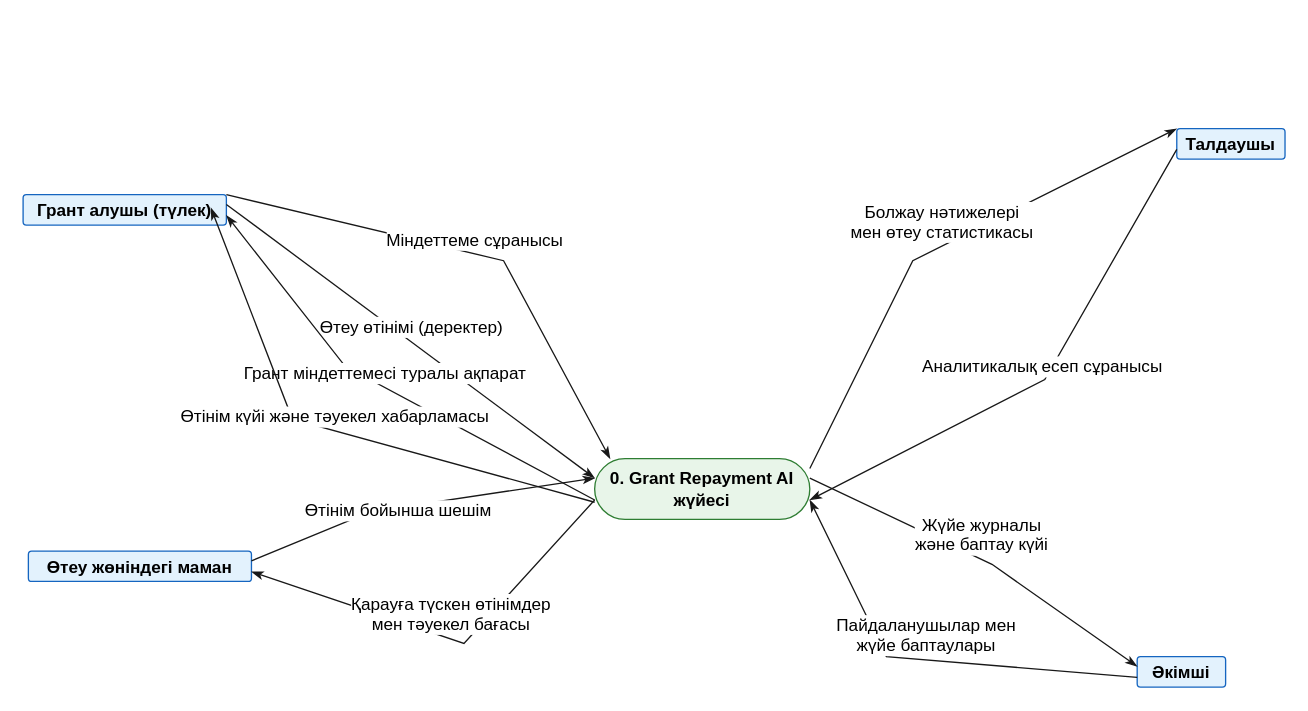
Before: page "Страница-1" (1 of 6) of docs/analysis/dfd-level0.drawio in bolatovamoldir/grant-repayment-ai, a draw.io diagram. Source tidied: cells renumbered, new cells numbered last; positions are measured from the earlier drawing's top-left corner, leaving out a move shared by most shapes. Both pictures are drawn from the tidied source at 132%, with x=0, y=0 at pixel (22, 22).
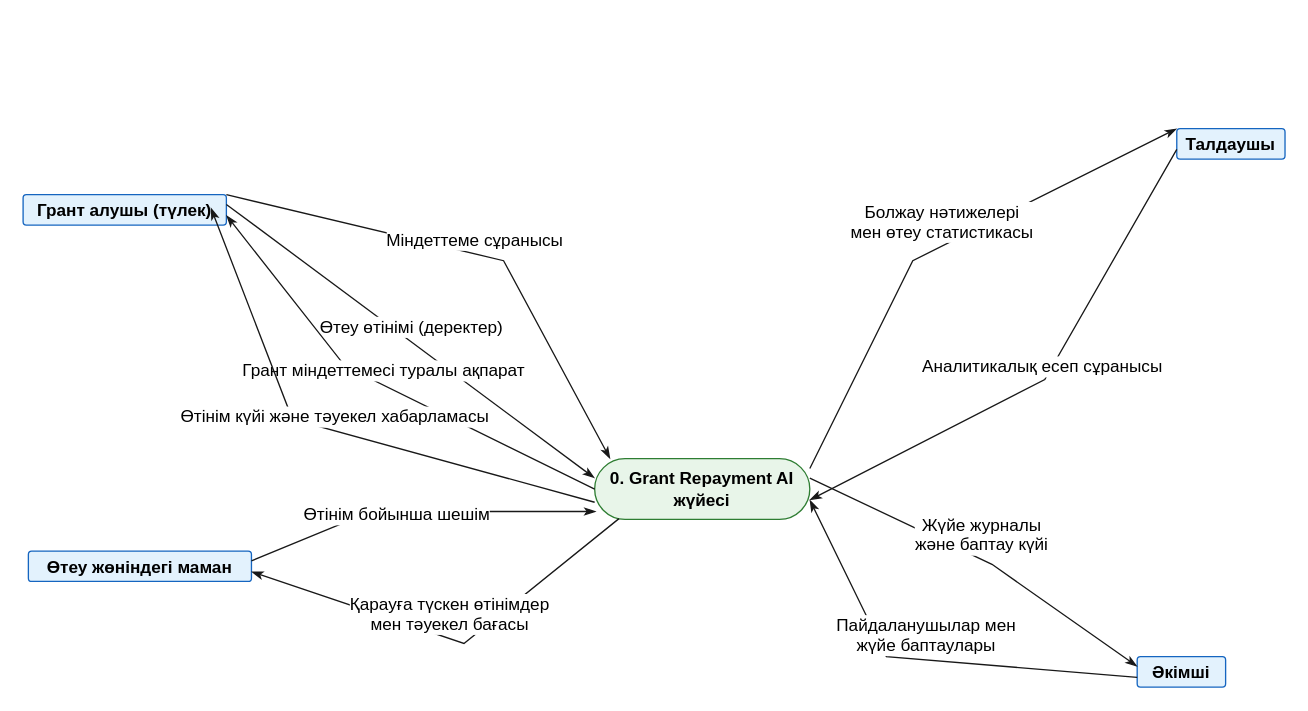
The same page after the edit.

Unchanged cells that the change refers to:
```xml
<mxCell id="2" style="group;transparentBounds=1;editIcon=1;lockedGroup=0;groupPadding=10;" parent="1" vertex="1">
  <mxGeometry x="154" as="geometry" />
</mxCell>
<mxCell id="3" value="Грант алушы (түлек)" style="rounded=1;absoluteArcSize=1;arcSize=5;fillColor=#E3F2FD;strokeColor=#1565C0;fontSize=13;whiteSpace=wrap;shadow=0;fontFamily=Arial;fontStyle=1;" parent="2" vertex="1">
  <mxGeometry x="-154" y="130" width="154" height="23" as="geometry" />
</mxCell>
<mxCell id="4" value="Өтеу жөніндегі маман" style="rounded=1;absoluteArcSize=1;arcSize=5;fillColor=#E3F2FD;strokeColor=#1565C0;fontSize=13;whiteSpace=wrap;shadow=0;fontFamily=Arial;fontStyle=1;" parent="2" vertex="1">
  <mxGeometry x="-150" y="400" width="169" height="23" as="geometry" />
</mxCell>
<mxCell id="5" value="0. Grant Repayment AI&#10;жүйесі" style="rounded=1;arcSize=50;fillColor=#E8F5E9;strokeColor=#2E7D32;fontSize=13;whiteSpace=wrap;shadow=0;fontFamily=Arial;fontStyle=1;" parent="2" vertex="1">
  <mxGeometry x="279" y="330" width="163" height="46" as="geometry" />
</mxCell>
```

What changed in the source:
```diff
@@
-    <mxCell id="10" value="Грант міндеттемесі туралы ақпарат" style="strokeColor=#181818;fontColor=#000000;fontSize=13;html=1;labelBackgroundColor=#FFFFFF;verticalAlign=bottom;endArrow=classicThin;endFill=1;exitX=0;exitY=0.68;exitDx=0;exitDy=0;entryX=1;entryY=0.68;entryDx=0;entryDy=0;fontFamily=Arial;curved=0;rounded=0;endSize=6;sourcePerimeterSpacing=0;targetPerimeterSpacing=0;" parent="2" edge="1" source="5" target="3">
+    <mxCell id="10" value="Грант міндеттемесі туралы ақпарат" style="strokeColor=#181818;fontColor=#000000;fontSize=13;html=1;labelBackgroundColor=#FFFFFF;verticalAlign=bottom;endArrow=classicThin;endFill=1;exitX=0;exitY=0.5;exitDx=0;exitDy=0;entryX=1;entryY=0.68;entryDx=0;entryDy=0;fontFamily=Arial;curved=0;rounded=0;endSize=6;sourcePerimeterSpacing=0;targetPerimeterSpacing=0;" parent="2" edge="1" source="5" target="3">
       <mxGeometry relative="1" as="geometry">
         <Array as="points">
           <mxPoint x="90" y="260" />
         </Array>
       </mxGeometry>
     </mxCell>
@@
-    <mxCell id="12" value="Өтінім бойынша шешім" style="strokeColor=#181818;fontColor=#000000;fontSize=13;html=1;labelBackgroundColor=#FFFFFF;verticalAlign=bottom;endArrow=classicThin;endFill=1;exitX=1;exitY=0.32;exitDx=0;exitDy=0;entryX=0;entryY=0.32;entryDx=0;entryDy=0;fontFamily=Arial;curved=0;rounded=0;endSize=6;sourcePerimeterSpacing=0;targetPerimeterSpacing=0;" parent="2" edge="1" source="4" target="5">
+    <mxCell id="12" value="Өтінім бойынша шешім" style="strokeColor=#181818;fontColor=#000000;fontSize=13;html=1;labelBackgroundColor=#FFFFFF;verticalAlign=bottom;endArrow=classicThin;endFill=1;exitX=1;exitY=0.32;exitDx=0;exitDy=0;fontFamily=Arial;curved=0;rounded=0;endSize=6;sourcePerimeterSpacing=0;targetPerimeterSpacing=0;" parent="2" edge="1" source="4">
       <mxGeometry x="-0.13" y="-13" relative="1" as="geometry">
+        <mxPoint x="280" y="370" as="targetPoint" />
         <Array as="points">
           <mxPoint x="110" y="370" />
         </Array>
       </mxGeometry>
     </mxCell>
-    <mxCell id="13" value="Қарауға түскен өтінімдер&#10;мен тәуекел бағасы" style="strokeColor=#181818;fontColor=#000000;fontSize=13;html=1;labelBackgroundColor=#FFFFFF;verticalAlign=bottom;endArrow=classicThin;endFill=1;exitX=0;exitY=0.68;exitDx=0;exitDy=0;entryX=1;entryY=0.68;entryDx=0;entryDy=0;fontFamily=Arial;curved=0;rounded=0;endSize=6;sourcePerimeterSpacing=0;targetPerimeterSpacing=0;" parent="2" edge="1" source="5" target="4">
-      <mxGeometry relative="1" as="geometry">
+    <mxCell id="13" value="Қарауға түскен өтінімдер&#10;мен тәуекел бағасы" style="strokeColor=#181818;fontColor=#000000;fontSize=13;html=1;labelBackgroundColor=#FFFFFF;verticalAlign=bottom;endArrow=classicThin;endFill=1;exitX=0.113;exitY=0.987;exitDx=0;exitDy=0;entryX=1;entryY=0.68;entryDx=0;entryDy=0;fontFamily=Arial;curved=0;rounded=0;endSize=6;sourcePerimeterSpacing=0;targetPerimeterSpacing=0;exitPerimeter=0;" parent="2" edge="1" source="5" target="4">
+      <mxGeometry x="0.01" relative="1" as="geometry">
         <Array as="points">
           <mxPoint x="180" y="470" />
         </Array>
       </mxGeometry>
     </mxCell>
```
